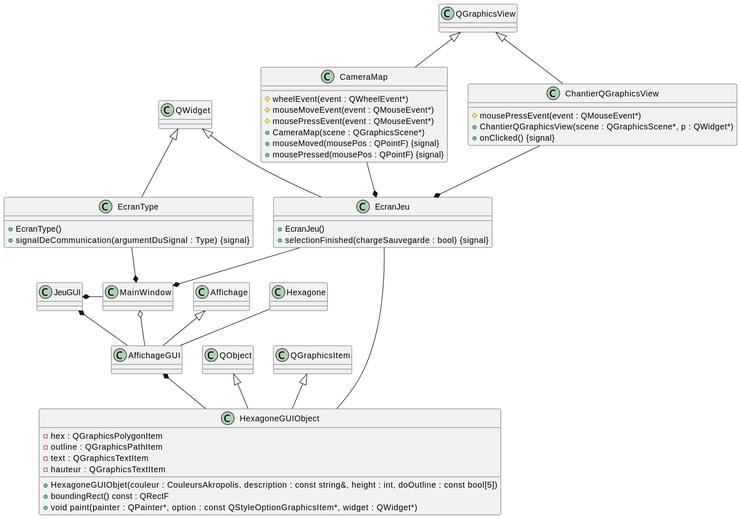
iceknith/LO21-Projet keeps this PlantUML diagram as Rapports/RapportFinalUMLs/affichageGUISynthetique.svg. Above is the earlier version. Source of this version:
```plantuml
@startuml
class HexagoneGUIObject extends QObject, QGraphicsItem {
    - hex : QGraphicsPolygonItem
    - outline : QGraphicsPathItem
    - text : QGraphicsTextItem
    - hauteur : QGraphicsTextItem

    + HexagoneGUIObjet(couleur : CouleursAkropolis, description : const string&, height : int, doOutline : const bool[5])
    + boundingRect() const : QRectF
    + void paint(painter : QPainter*, option : const QStyleOptionGraphicsItem*, widget : QWidget*)
}

class CameraMap extends QGraphicsView {
    # wheelEvent(event : QWheelEvent*)
    # mouseMoveEvent(event : QMouseEvent*)
    # mousePressEvent(event : QMouseEvent*)
    + CameraMap(scene : QGraphicsScene*)
    + mouseMoved(mousePos : QPointF) {signal}
    + mousePressed(mousePos : QPointF) {signal}
}

class ChantierQGraphicsView extends QGraphicsView {
    # mousePressEvent(event : QMouseEvent*)
    + ChantierQGraphicsView(scene : QGraphicsScene*, p : QWidget*)
    + onClicked() {signal}
}

class EcranType extends QWidget {
    + EcranType()
    + signalDeCommunication(argumentDuSignal : Type) {signal}
}

class EcranJeu extends QWidget {
    + EcranJeu()
    + selectionFinished(chargeSauvegarde : bool) {signal}
}

class AffichageGUI extends Affichage

Hexagone -- AffichageGUI
AffichageGUI *-- HexagoneGUIObject
JeuGUI *-- AffichageGUI

EcranType --* MainWindow
EcranJeu --* MainWindow
CameraMap --* EcranJeu
ChantierQGraphicsView --* EcranJeu
EcranJeu -- HexagoneGUIObject
MainWindow o-- AffichageGUI
JeuGUI *- MainWindow
@enduml
```
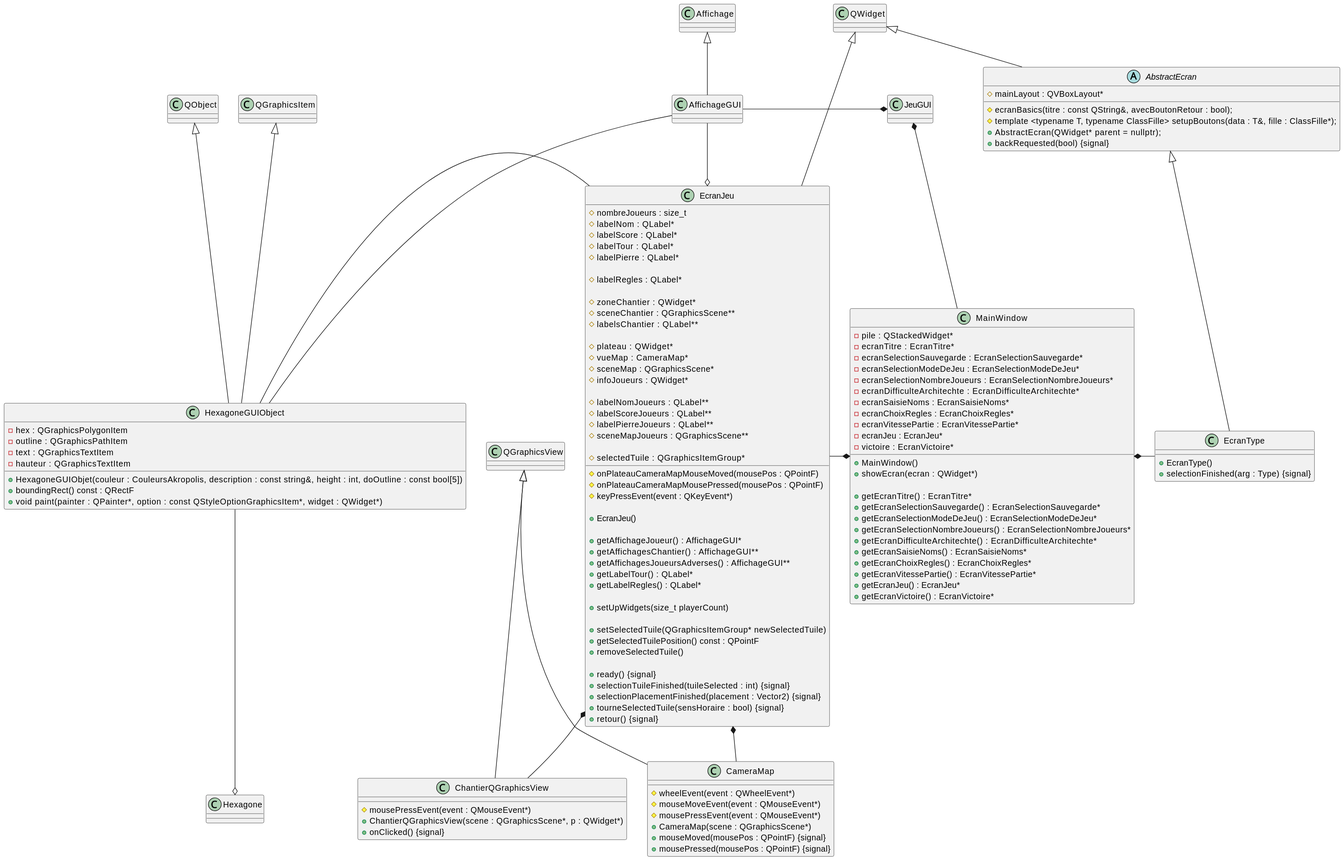
After the change.

The edit, as a diff of the source:
```diff
@@ -1,4 +1,32 @@
 @startuml
+class MainWindow {
+    - pile : QStackedWidget*
+    - ecranTitre : EcranTitre*
+    - ecranSelectionSauvegarde : EcranSelectionSauvegarde*
+    - ecranSelectionModeDeJeu : EcranSelectionModeDeJeu*
+    - ecranSelectionNombreJoueurs : EcranSelectionNombreJoueurs*
+    - ecranDifficulteArchitechte : EcranDifficulteArchitechte*
+    - ecranSaisieNoms : EcranSaisieNoms*
+    - ecranChoixRegles : EcranChoixRegles*
+    - ecranVitessePartie : EcranVitessePartie*
+    - ecranJeu : EcranJeu*
+    - victoire : EcranVictoire*
+
+    + MainWindow()
+    + showEcran(ecran : QWidget*)
+
+    + getEcranTitre() : EcranTitre*
+    + getEcranSelectionSauvegarde() : EcranSelectionSauvegarde*
+    + getEcranSelectionModeDeJeu() : EcranSelectionModeDeJeu*
+    + getEcranSelectionNombreJoueurs() : EcranSelectionNombreJoueurs*
+    + getEcranDifficulteArchitechte() : EcranDifficulteArchitechte*
+    + getEcranSaisieNoms() : EcranSaisieNoms*
+    + getEcranChoixRegles() : EcranChoixRegles*
+    + getEcranVitessePartie() : EcranVitessePartie*
+    + getEcranJeu() : EcranJeu*
+    + getEcranVictoire() : EcranVictoire*
+}
+
 class HexagoneGUIObject extends QObject, QGraphicsItem {
     - hex : QGraphicsPolygonItem
     - outline : QGraphicsPathItem
@@ -25,27 +53,86 @@
     + onClicked() {signal}
 }
 
-class EcranType extends QWidget {
+abstract AbstractEcran extends QWidget {
+    # mainLayout : QVBoxLayout*
+
+    # ecranBasics(titre : const QString&, avecBoutonRetour : bool);
+    # template <typename T, typename ClassFille> setupBoutons(data : T&, fille : ClassFille*);
+    + AbstractEcran(QWidget* parent = nullptr);
+    + backRequested(bool) {signal}
+}
+
+class EcranType extends AbstractEcran {
     + EcranType()
-    + signalDeCommunication(argumentDuSignal : Type) {signal}
+    + selectionFinished(arg : Type) {signal}
 }
 
 class EcranJeu extends QWidget {
+    # nombreJoueurs : size_t
+    # labelNom : QLabel*
+    # labelScore : QLabel*
+    # labelTour : QLabel*
+    # labelPierre : QLabel*
+
+    # labelRegles : QLabel*
+
+    # zoneChantier : QWidget*
+    # sceneChantier : QGraphicsScene**
+    # labelsChantier : QLabel**
+
+    # plateau : QWidget*
+    # vueMap : CameraMap*
+    # sceneMap : QGraphicsScene*
+    # infoJoueurs : QWidget*
+
+    # labelNomJoueurs : QLabel**
+    # labelScoreJoueurs : QLabel**
+    # labelPierreJoueurs : QLabel**
+    # sceneMapJoueurs : QGraphicsScene**
+
+    # selectedTuile : QGraphicsItemGroup*
+
+    # onPlateauCameraMapMouseMoved(mousePos : QPointF)
+    # onPlateauCameraMapMousePressed(mousePos : QPointF)
+    # keyPressEvent(event : QKeyEvent*)
+
     + EcranJeu()
-    + selectionFinished(chargeSauvegarde : bool) {signal}
+
+    + getAffichageJoueur() : AffichageGUI*
+    + getAffichagesChantier() : AffichageGUI**
+    + getAffichagesJoueursAdverses() : AffichageGUI**
+    + getLabelTour() : QLabel*
+    + getLabelRegles() : QLabel*
+
+    + setUpWidgets(size_t playerCount)
+
+    + setSelectedTuile(QGraphicsItemGroup* newSelectedTuile)
+    + getSelectedTuilePosition() const : QPointF
+    + removeSelectedTuile()
+
+    + ready() {signal}
+    + selectionTuileFinished(tuileSelected : int) {signal}
+    + selectionPlacementFinished(placement : Vector2) {signal}
+    + tourneSelectedTuile(sensHoraire : bool) {signal}
+    + retour() {signal}
 }
 
 class AffichageGUI extends Affichage
 
-Hexagone -- AffichageGUI
-AffichageGUI *-- HexagoneGUIObject
-JeuGUI *-- AffichageGUI
+MainWindow *- EcranType
+EcranJeu -* MainWindow
 
-EcranType --* MainWindow
-EcranJeu --* MainWindow
-CameraMap --* EcranJeu
-ChantierQGraphicsView --* EcranJeu
-EcranJeu -- HexagoneGUIObject
-MainWindow o-- AffichageGUI
-JeuGUI *- MainWindow
+JeuGUI *-- MainWindow
+
+HexagoneGUIObject --o Hexagone
+AffichageGUI -- HexagoneGUIObject
+HexagoneGUIObject - EcranJeu
+
+AffichageGUI -o EcranJeu
+AffichageGUI -* JeuGUI
+
+EcranJeu *-- CameraMap
+EcranJeu *-- ChantierQGraphicsView
+
+
 @enduml
```
